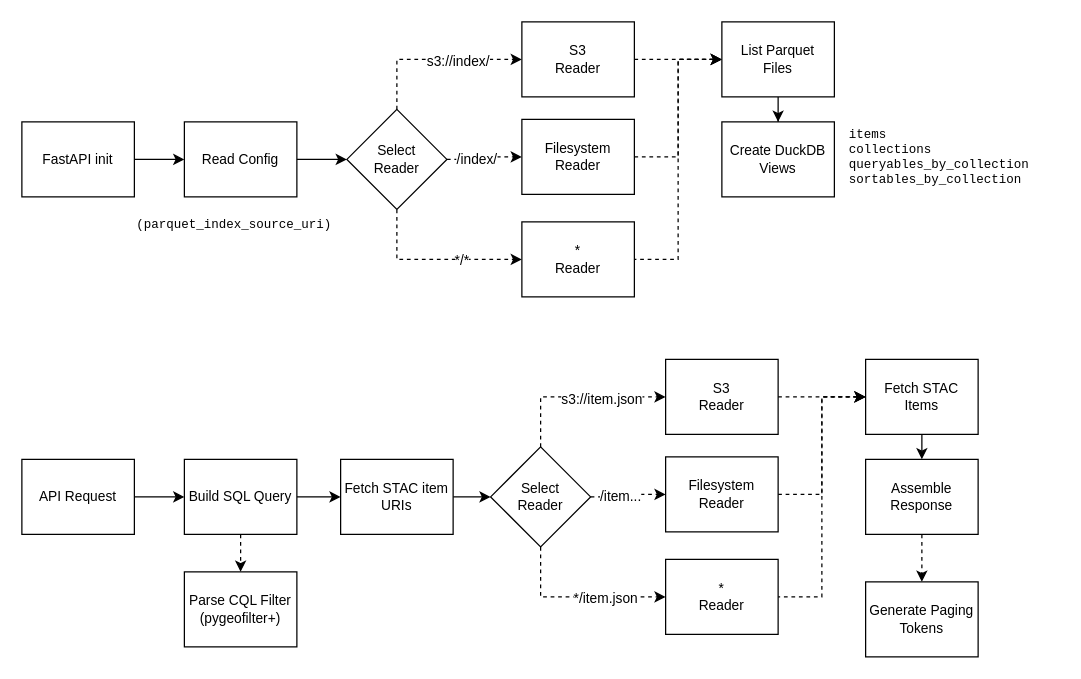
sparkgeo/stac-fastapi-indexed keeps this draw.io diagram as docs/diagrams/Query Process.drawio.xml. Above is the earlier version. Source tidied: cells renumbered, new cells numbered last; positions are measured from the earlier drawing's top-left corner, leaving out a move shared by most shapes. Both pictures are drawn from the tidied source at 125%, with x=0, y=0 at pixel (21, 21).
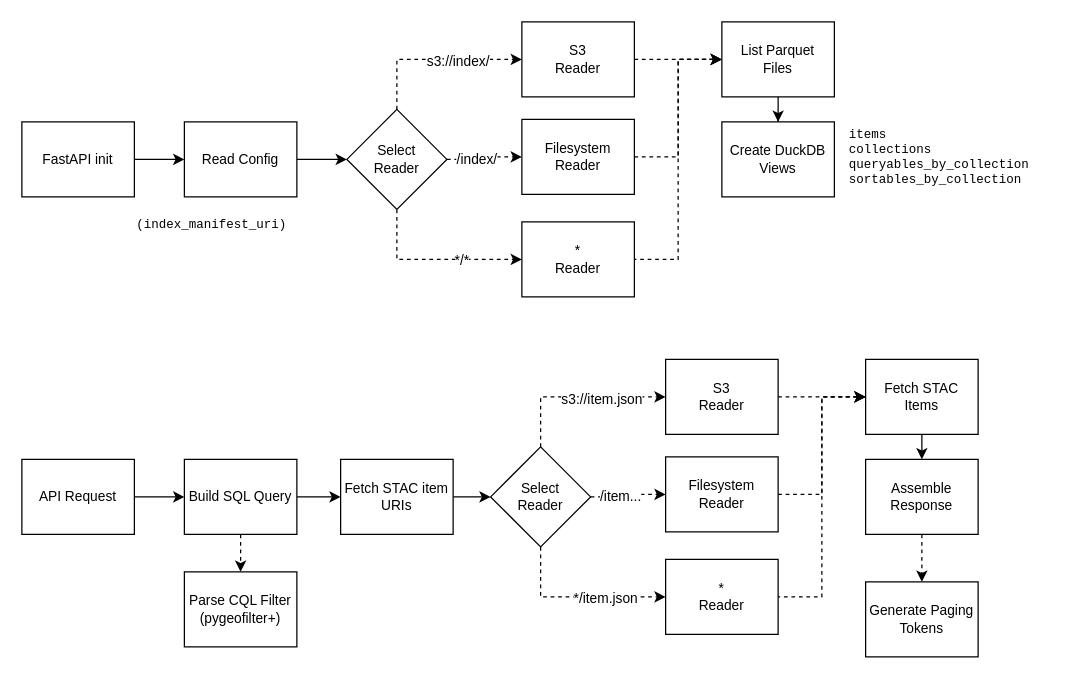
Above is the later version.

What changed in the source:
```diff
@@
-    <mxCell id="21" value="(parquet_index_source_uri)" style="text;whiteSpace=wrap;fontFamily=Courier New;fontSize=10;" parent="1" vertex="1">
+    <mxCell id="21" value="(index_manifest_uri)" style="text;whiteSpace=wrap;fontFamily=Courier New;fontSize=10;" parent="1" vertex="1">
       <mxGeometry x="90" y="150" width="170" height="40" as="geometry" />
     </mxCell>
```
